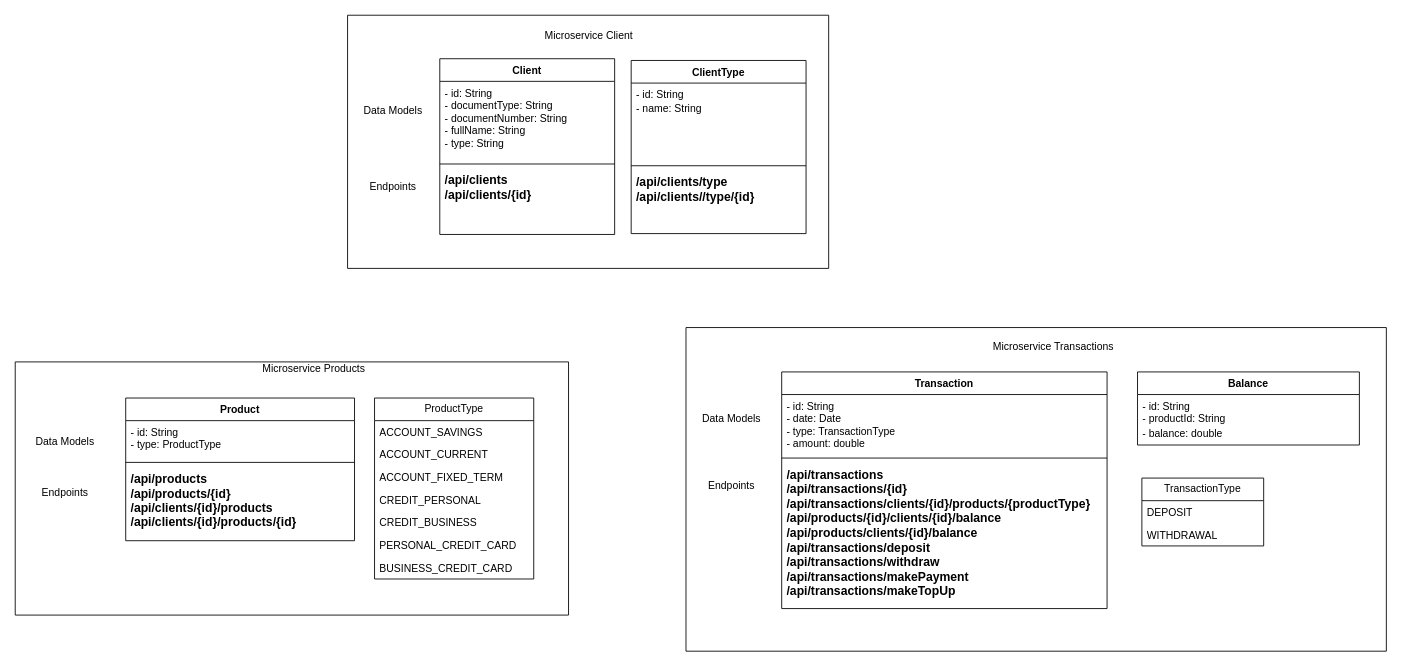
Before: diagram.drawio in bootcampIvanRodriguezRomero/diagram, a draw.io diagram. Source tidied: cells renumbered, new cells numbered last; positions are measured from the earlier drawing's top-left corner, leaving out a move shared by most shapes. Both pictures are drawn from the tidied source at 87%, with x=0, y=0 at pixel (15, 15).
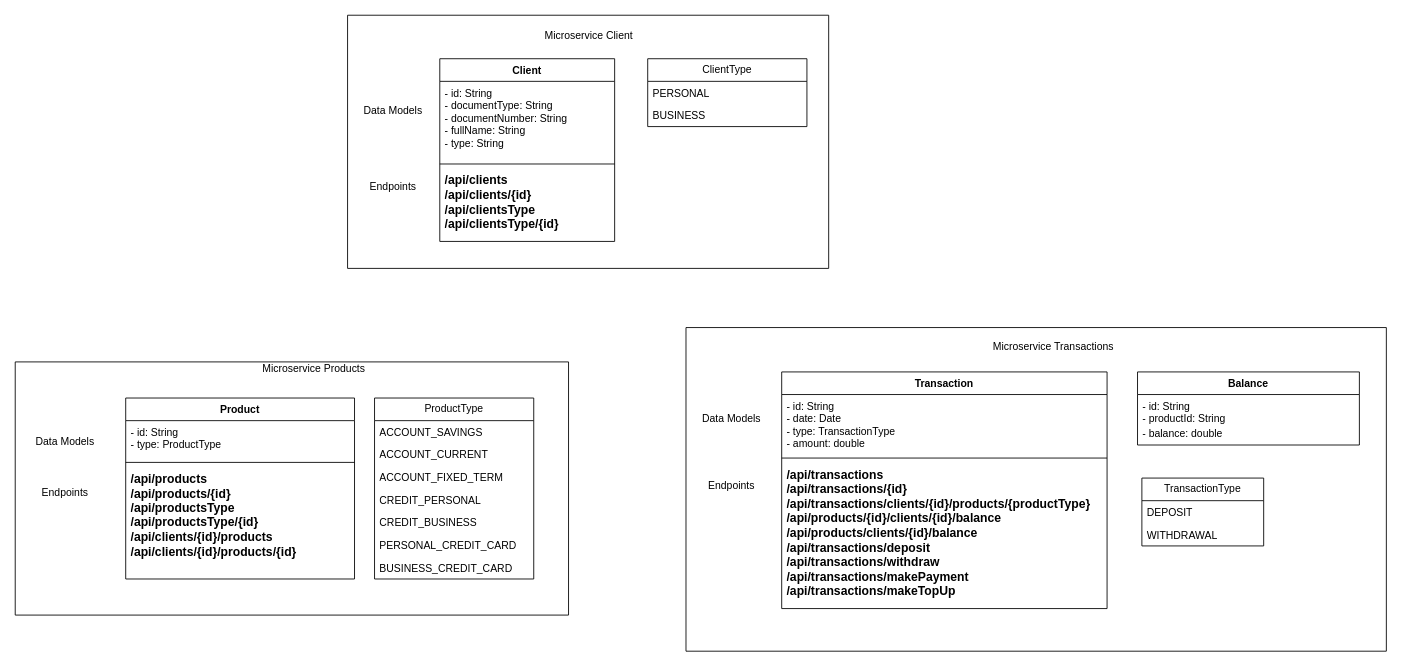
The same page after the edit.

What changed in the source:
```diff
@@
     <mxCell id="5" value="Product" style="swimlane;fontStyle=1;align=center;verticalAlign=top;horizontal=1;startSize=26;whiteSpace=wrap;html=1;fillColor=#FFFFFF;" parent="1" vertex="1">
-      <mxGeometry x="127" y="440" width="263" height="164" as="geometry" />
+      <mxGeometry x="127" y="440" width="263" height="208" as="geometry" />
     </mxCell>
@@
-    <mxCell id="8" value="&lt;b style=&quot;border-color: var(--border-color); font-size: 14px;&quot;&gt;&lt;b style=&quot;border-color: var(--border-color);&quot;&gt;/api&lt;/b&gt;/products&lt;br style=&quot;border-color: var(--border-color);&quot;&gt;&lt;b style=&quot;border-color: var(--border-color);&quot;&gt;/api&lt;/b&gt;/&lt;b style=&quot;border-color: var(--border-color);&quot;&gt;products&lt;/b&gt;/{id}&lt;br&gt;&lt;b style=&quot;border-color: var(--border-color);&quot;&gt;/api/clients/{id}/products&lt;br&gt;&lt;/b&gt;&lt;b style=&quot;border-color: var(--border-color);&quot;&gt;&lt;b style=&quot;border-color: var(--border-color);&quot;&gt;/api/clients/{id}/products/{id}&lt;/b&gt;&lt;/b&gt;&lt;br&gt;&lt;/b&gt;" style="text;strokeColor=none;fillColor=none;align=left;verticalAlign=top;spacingLeft=4;spacingRight=4;overflow=hidden;whiteSpace=wrap;html=1;" parent="5" vertex="1">
-      <mxGeometry y="78" width="263" height="86" as="geometry" />
+    <mxCell id="8" value="&lt;b style=&quot;border-color: var(--border-color); font-size: 14px;&quot;&gt;&lt;b style=&quot;border-color: var(--border-color);&quot;&gt;/api&lt;/b&gt;/products&lt;br style=&quot;border-color: var(--border-color);&quot;&gt;&lt;b style=&quot;border-color: var(--border-color);&quot;&gt;/api&lt;/b&gt;/&lt;b style=&quot;border-color: var(--border-color);&quot;&gt;products&lt;/b&gt;/{id}&lt;br&gt;&lt;b style=&quot;border-color: var(--border-color);&quot;&gt;&lt;b style=&quot;border-color: var(--border-color);&quot;&gt;/api&lt;/b&gt;/productsType&lt;br style=&quot;border-color: var(--border-color);&quot;&gt;&lt;b style=&quot;border-color: var(--border-color);&quot;&gt;/api&lt;/b&gt;/&lt;b style=&quot;border-color: var(--border-color);&quot;&gt;productsType&lt;/b&gt;/{id}&lt;/b&gt;&lt;br&gt;&lt;b style=&quot;border-color: var(--border-color);&quot;&gt;/api/clients/{id}/products&lt;br&gt;&lt;/b&gt;&lt;b style=&quot;border-color: var(--border-color);&quot;&gt;&lt;b style=&quot;border-color: var(--border-color);&quot;&gt;/api/clients/{id}/products/{id}&lt;/b&gt;&lt;/b&gt;&lt;br&gt;&lt;/b&gt;" style="text;strokeColor=none;fillColor=none;align=left;verticalAlign=top;spacingLeft=4;spacingRight=4;overflow=hidden;whiteSpace=wrap;html=1;" parent="5" vertex="1">
+      <mxGeometry y="78" width="263" height="130" as="geometry" />
     </mxCell>
@@
     <mxCell id="27" value="Client" style="swimlane;fontStyle=1;align=center;verticalAlign=top;horizontal=1;startSize=26;whiteSpace=wrap;html=1;" parent="1" vertex="1">
-      <mxGeometry x="488" y="50" width="201" height="202" as="geometry" />
+      <mxGeometry x="488" y="50" width="201" height="210" as="geometry" />
     </mxCell>
@@
-    <mxCell id="30" value="&lt;font style=&quot;font-size: 14px;&quot;&gt;&lt;b&gt;/api/clients&lt;br&gt;&lt;/b&gt;&lt;b style=&quot;border-color: var(--border-color);&quot;&gt;/api&lt;/b&gt;&lt;b&gt;/clients/{id}&lt;/b&gt;&lt;/font&gt;" style="text;strokeColor=none;fillColor=none;align=left;verticalAlign=top;spacingLeft=4;spacingRight=4;overflow=hidden;whiteSpace=wrap;html=1;" parent="27" vertex="1">
-      <mxGeometry y="125" width="201" height="77" as="geometry" />
+    <mxCell id="30" value="&lt;font style=&quot;font-size: 14px;&quot;&gt;&lt;b&gt;/api/clients&lt;br&gt;&lt;/b&gt;&lt;b style=&quot;border-color: var(--border-color);&quot;&gt;/api&lt;/b&gt;&lt;b&gt;/clients/{id}&lt;br&gt;&lt;/b&gt;&lt;b style=&quot;border-color: var(--border-color);&quot;&gt;&lt;b style=&quot;border-color: var(--border-color);&quot;&gt;/api&lt;/b&gt;/clientsType&lt;br style=&quot;border-color: var(--border-color);&quot;&gt;&lt;b style=&quot;border-color: var(--border-color);&quot;&gt;/api&lt;/b&gt;/clientsType/{id}&lt;/b&gt;&lt;b&gt;&lt;br&gt;&lt;/b&gt;&lt;/font&gt;" style="text;strokeColor=none;fillColor=none;align=left;verticalAlign=top;spacingLeft=4;spacingRight=4;overflow=hidden;whiteSpace=wrap;html=1;" parent="27" vertex="1">
+      <mxGeometry y="125" width="201" height="85" as="geometry" />
     </mxCell>
-    <mxCell id="31" value="ClientType" style="swimlane;fontStyle=1;align=center;verticalAlign=top;horizontal=1;startSize=26;whiteSpace=wrap;html=1;" parent="1" vertex="1">
-      <mxGeometry x="708" y="52" width="201" height="199" as="geometry" />
-    </mxCell>
-    <mxCell id="32" value="- id: String&lt;br style=&quot;border-color: var(--border-color);&quot;&gt;- name: String&lt;span style=&quot;border: 0px solid rgb(217, 217, 227); box-sizing: border-box; --tw-border-spacing-x: 0; --tw-border-spacing-y: 0; --tw-translate-x: 0; --tw-translate-y: 0; --tw-rotate: 0; --tw-skew-x: 0; --tw-skew-y: 0; --tw-scale-x: 1; --tw-scale-y: 1; --tw-pan-x: ; --tw-pan-y: ; --tw-pinch-zoom: ; --tw-scroll-snap-strictness: proximity; --tw-gradient-from-position: ; --tw-gradient-via-position: ; --tw-gradient-to-position: ; --tw-ordinal: ; --tw-slashed-zero: ; --tw-numeric-figure: ; --tw-numeric-spacing: ; --tw-numeric-fraction: ; --tw-ring-inset: ; --tw-ring-offset-width: 0px; --tw-ring-offset-color: #fff; --tw-ring-color: rgba(69,89,164,.5); --tw-ring-offset-shadow: 0 0 transparent; --tw-ring-shadow: 0 0 transparent; --tw-shadow: 0 0 transparent; --tw-shadow-colored: 0 0 transparent; --tw-blur: ; --tw-brightness: ; --tw-contrast: ; --tw-grayscale: ; --tw-hue-rotate: ; --tw-invert: ; --tw-saturate: ; --tw-sepia: ; --tw-drop-shadow: ; --tw-backdrop-blur: ; --tw-backdrop-brightness: ; --tw-backdrop-contrast: ; --tw-backdrop-grayscale: ; --tw-backdrop-hue-rotate: ; --tw-backdrop-invert: ; --tw-backdrop-opacity: ; --tw-backdrop-saturate: ; --tw-backdrop-sepia: ; color: rgb(255, 255, 255); font-family: &amp;quot;Söhne Mono&amp;quot;, Monaco, &amp;quot;Andale Mono&amp;quot;, &amp;quot;Ubuntu Mono&amp;quot;, monospace; font-size: 14px; background-color: rgb(0, 0, 0);&quot; class=&quot;xml&quot;&gt;&lt;/span&gt;" style="text;strokeColor=none;fillColor=none;align=left;verticalAlign=top;spacingLeft=4;spacingRight=4;overflow=hidden;whiteSpace=wrap;html=1;" parent="31" vertex="1">
-      <mxGeometry y="26" width="201" height="91" as="geometry" />
-    </mxCell>
-    <mxCell id="33" style="line;strokeWidth=1;fillColor=none;align=left;verticalAlign=middle;spacingTop=-1;spacingLeft=3;spacingRight=3;labelPosition=right;strokeColor=inherit;" parent="31" vertex="1">
-      <mxGeometry y="117" width="201" height="8" as="geometry" />
-    </mxCell>
-    <mxCell id="34" value="&lt;b style=&quot;border-color: var(--border-color); font-size: 14px;&quot;&gt;&lt;b style=&quot;border-color: var(--border-color);&quot;&gt;/api&lt;/b&gt;/clients/type&lt;br style=&quot;border-color: var(--border-color);&quot;&gt;&lt;b style=&quot;border-color: var(--border-color);&quot;&gt;/api&lt;/b&gt;/clients//type/{id}&lt;/b&gt;" style="text;strokeColor=none;fillColor=none;align=left;verticalAlign=top;spacingLeft=4;spacingRight=4;overflow=hidden;whiteSpace=wrap;html=1;" parent="31" vertex="1">
-      <mxGeometry y="125" width="201" height="74" as="geometry" />
-    </mxCell>
@@
+    <mxCell id="31" value="ClientType" style="swimlane;fontStyle=0;horizontal=1;startSize=26;fillColor=none;whiteSpace=wrap;html=1;" parent="1" vertex="1">
+      <mxGeometry x="727" y="50" width="183" height="78" as="geometry" />
+    </mxCell>
+    <mxCell id="43" value="PERSONAL" style="text;strokeColor=none;fillColor=none;align=left;verticalAlign=top;spacingLeft=4;spacingRight=4;overflow=hidden;whiteSpace=wrap;html=1;" parent="31" vertex="1">
+      <mxGeometry y="26" width="183" height="26" as="geometry" />
+    </mxCell>
+    <mxCell id="44" value="BUSINESS" style="text;strokeColor=none;fillColor=none;align=left;verticalAlign=top;spacingLeft=4;spacingRight=4;overflow=hidden;whiteSpace=wrap;html=1;" parent="31" vertex="1">
+      <mxGeometry y="52" width="183" height="26" as="geometry" />
+    </mxCell>
```
